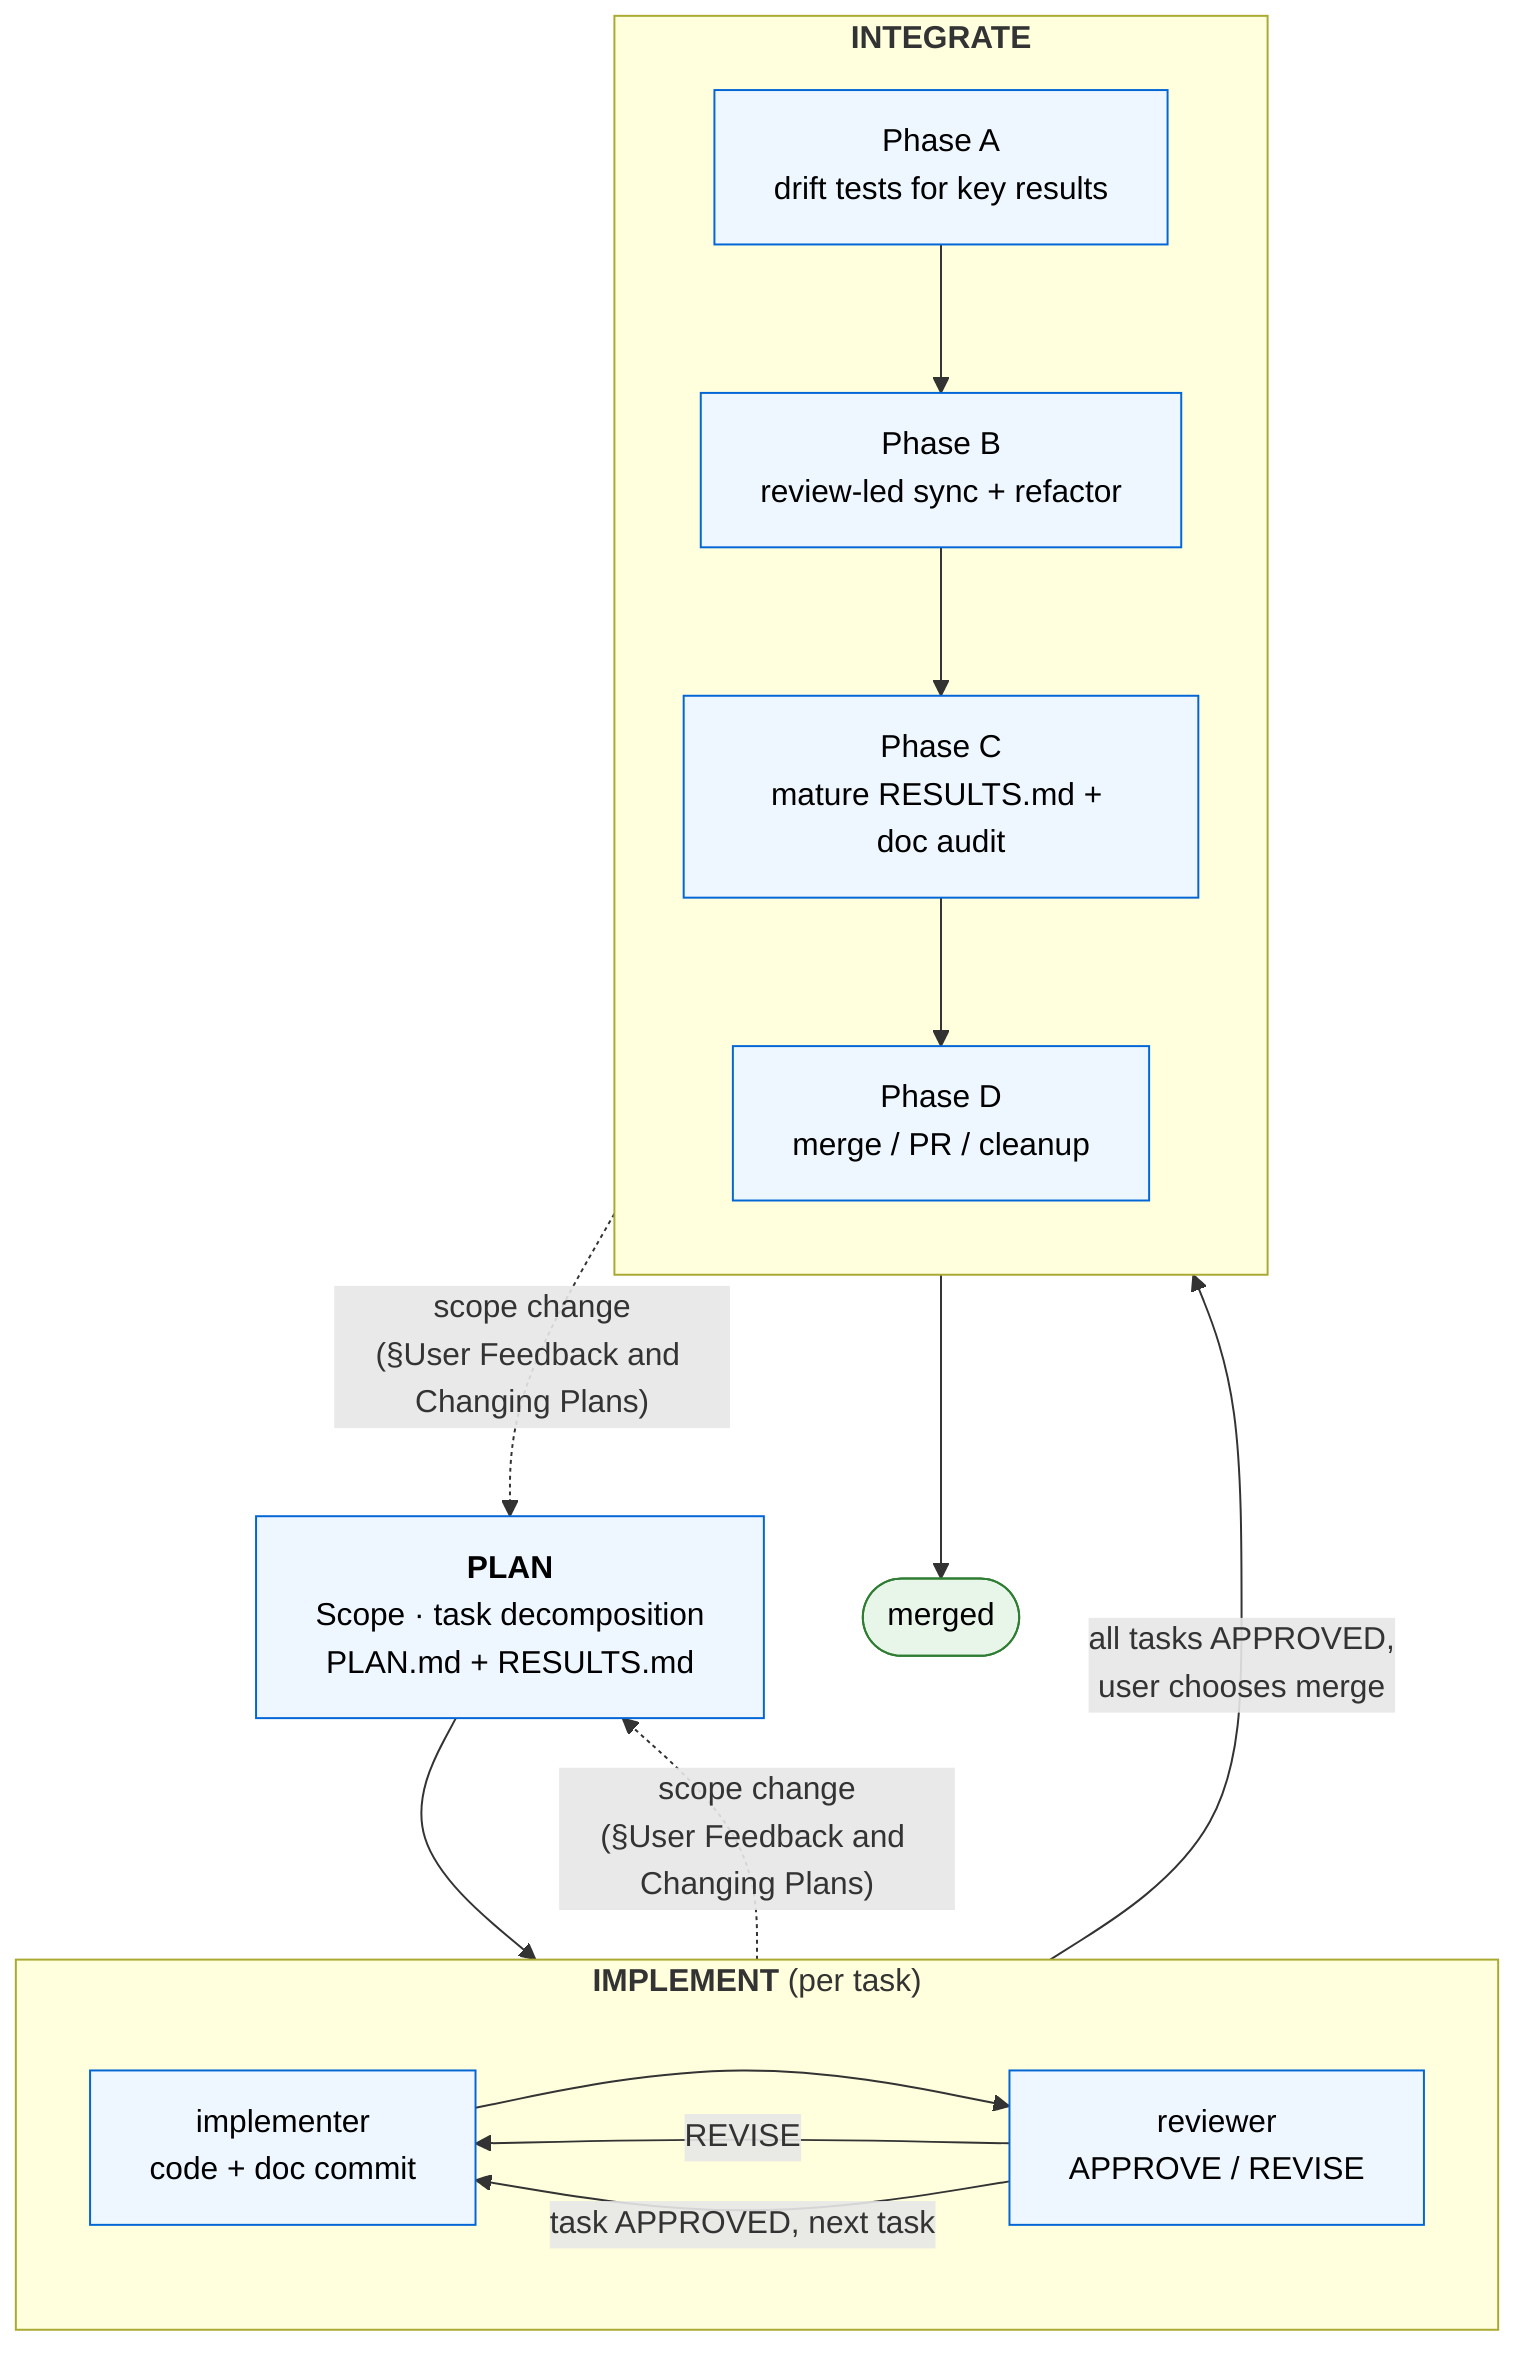
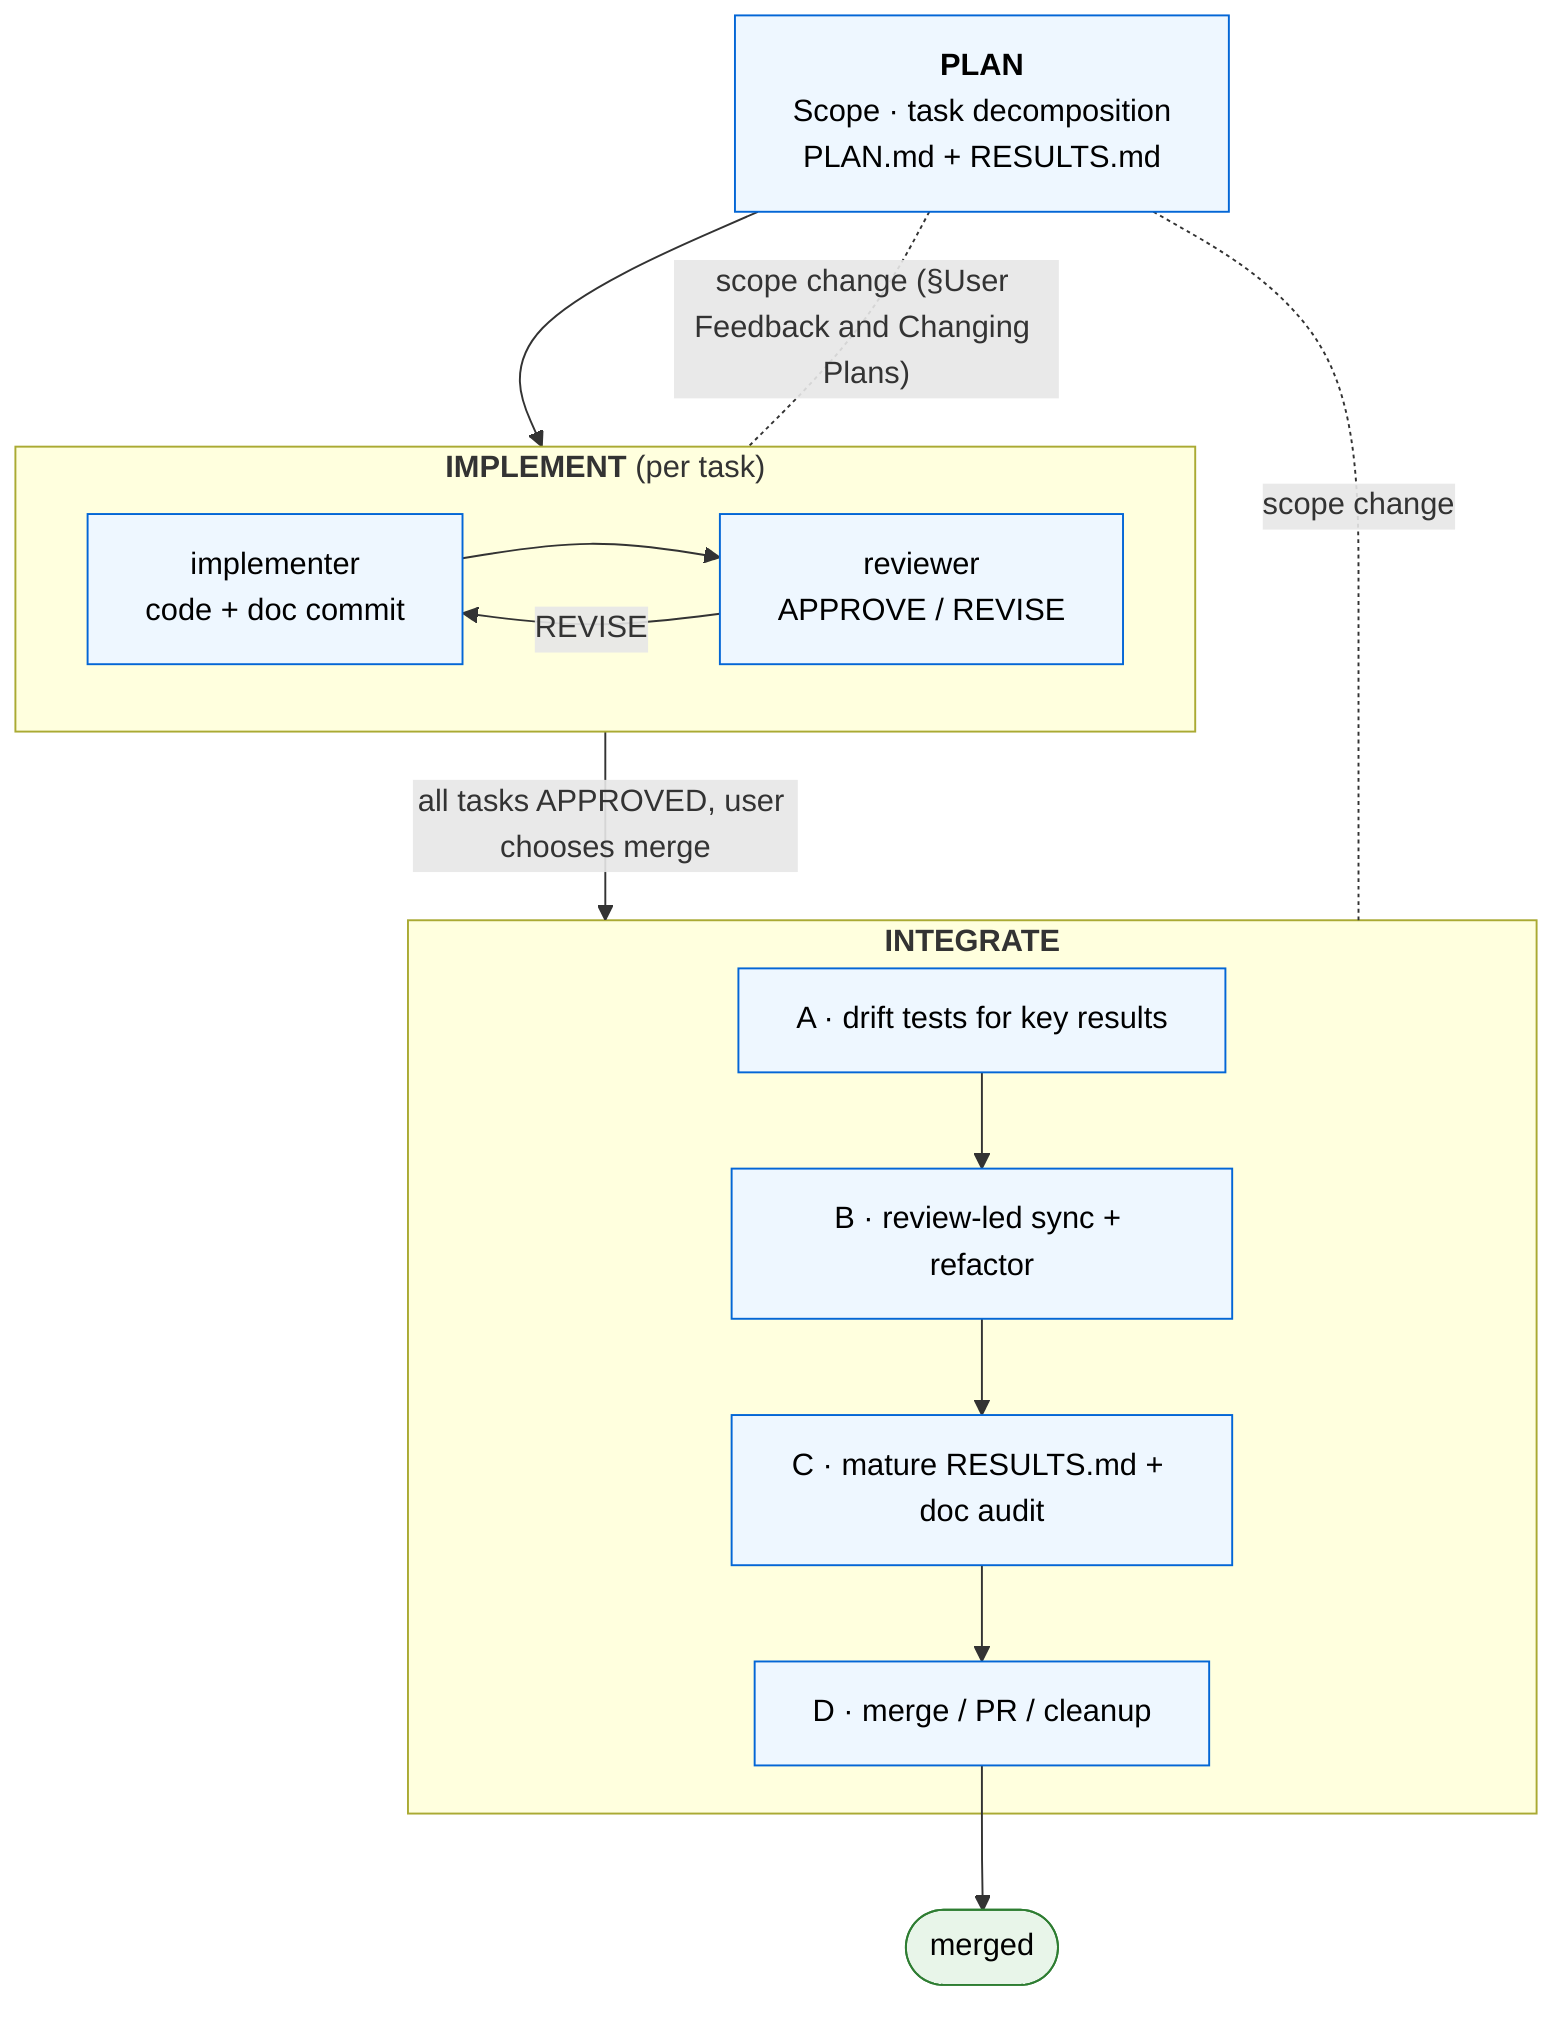
%% Target embed location: README.md §Plan-Implement-Integrate Workflow (Task 1b).
%% Paste the fenced ```mermaid ... ``` block below into the README verbatim.

```mermaid
flowchart TB
    PLAN["<b>PLAN</b><br/>Scope · task decomposition<br/>PLAN.md + RESULTS.md"]

    subgraph IMPLEMENT["<b>IMPLEMENT</b> (per task)"]
-         direction LR
        IMPL["implementer<br/>code + doc commit"]
        REV["reviewer<br/>APPROVE / REVISE"]
        IMPL --> REV
        REV -->|REVISE| IMPL
    end

    subgraph INTEGRATE["<b>INTEGRATE</b>"]
-         direction TB
-         A["Phase A<br/>drift tests for key results"]
-         B["Phase B<br/>review-led sync + refactor"]
-         C["Phase C<br/>mature RESULTS.md + doc audit"]
-         D["Phase D<br/>merge / PR / cleanup"]
+         A["A · drift tests for key results"]
+         B["B · review-led sync + refactor"]
+         C["C · mature RESULTS.md + doc audit"]
+         D["D · merge / PR / cleanup"]
        A --> B --> C --> D
    end

+     MERGED(["merged"])
+ 
    PLAN --> IMPLEMENT
-     REV -->|task APPROVED, next task| IMPL
-     IMPLEMENT -->|all tasks APPROVED,<br/>user chooses merge| INTEGRATE
-     D --> MERGED(["merged"])
+     IMPLEMENT -->|all tasks APPROVED, user chooses merge| INTEGRATE
+     D --> MERGED

-     IMPLEMENT -. "scope change<br/>(§User Feedback and Changing Plans)" .-> PLAN
-     INTEGRATE -. "scope change<br/>(§User Feedback and Changing Plans)" .-> PLAN
+     PLAN -. "scope change (§User Feedback and Changing Plans)" .- IMPLEMENT
+     PLAN -. "scope change" .- INTEGRATE

    classDef phase fill:#eef7ff,stroke:#0366d6,color:#000
    classDef terminal fill:#e8f5e9,stroke:#2e7d32,color:#000
    class PLAN,IMPL,REV,A,B,C,D phase
    class MERGED terminal
```
